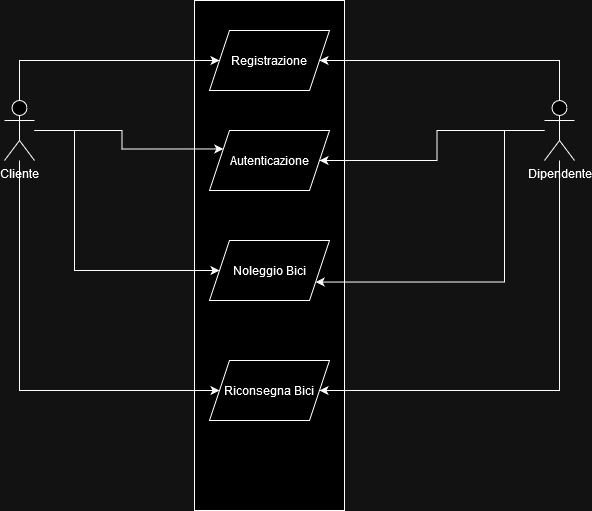
Earlier version of the draw.io export SOLUZIONE/useCase.png (brandovardi/simulazioneEsameDiStato). Source tidied: cells renumbered, new cells last; positions are measured from the earlier drawing's top-left corner, leaving out a move shared by most shapes.
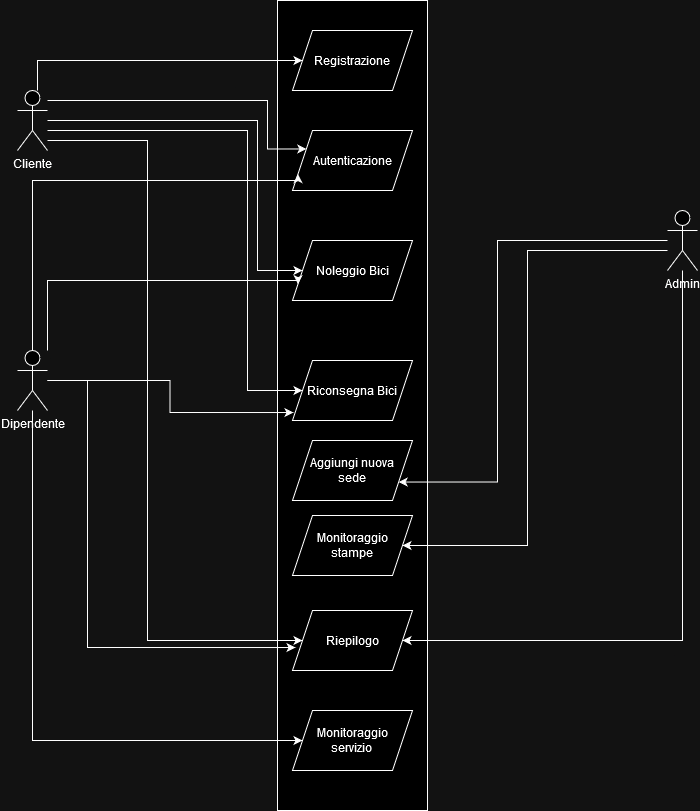
The same file after the commit.

Commit message:
modificato diagramma useCase, e modificato schema E/R

Change to the diagram source:
```diff
@@ -3,7 +3,7 @@
     <mxCell id="0" />
     <mxCell id="1" parent="0" />
     <mxCell id="2" style="rounded=0;whiteSpace=wrap;html=1;" parent="1" vertex="1">
-      <mxGeometry x="190" width="150" height="510" as="geometry" />
+      <mxGeometry x="190" width="150" height="810" as="geometry" />
     </mxCell>
     <mxCell id="3" value="Registrazione" style="shape=parallelogram;perimeter=parallelogramPerimeter;whiteSpace=wrap;html=1;fixedSize=1;" parent="1" vertex="1">
       <mxGeometry x="205" y="30" width="120" height="60" as="geometry" />
@@ -17,61 +17,122 @@
     <mxCell id="6" value="Riconsegna Bici" style="shape=parallelogram;perimeter=parallelogramPerimeter;whiteSpace=wrap;html=1;fixedSize=1;" parent="1" vertex="1">
       <mxGeometry x="205" y="360" width="120" height="60" as="geometry" />
     </mxCell>
-    <mxCell id="7" style="edgeStyle=orthogonalEdgeStyle;rounded=0;jettySize=auto;html=1;entryX=1;entryY=0.5;entryDx=0;entryDy=0;" parent="1" edge="1" source="11" target="3">
-      <mxGeometry relative="1" as="geometry">
-        <Array as="points">
-          <mxPoint x="555" y="60" />
-        </Array>
-      </mxGeometry>
-    </mxCell>
-    <mxCell id="8" style="edgeStyle=orthogonalEdgeStyle;rounded=0;jettySize=auto;html=1;entryX=1;entryY=0.5;entryDx=0;entryDy=0;" parent="1" edge="1" source="11" target="4">
-      <mxGeometry relative="1" as="geometry" />
+    <mxCell id="8" style="edgeStyle=orthogonalEdgeStyle;rounded=0;jettySize=auto;html=1;entryX=0;entryY=0.75;entryDx=0;entryDy=0;" parent="1" edge="1" source="11" target="4">
+      <mxGeometry relative="1" as="geometry">
+        <Array as="points">
+          <mxPoint x="-55" y="180" />
+          <mxPoint x="211" y="180" />
+        </Array>
+      </mxGeometry>
     </mxCell>
-    <mxCell id="9" style="edgeStyle=orthogonalEdgeStyle;rounded=0;jettySize=auto;html=1;entryX=1;entryY=0.75;entryDx=0;entryDy=0;" parent="1" edge="1" source="11" target="5">
+    <mxCell id="9" style="edgeStyle=orthogonalEdgeStyle;rounded=0;jettySize=auto;html=1;entryX=0;entryY=0.75;entryDx=0;entryDy=0;" parent="1" edge="1" source="11" target="5">
       <mxGeometry relative="1" as="geometry">
         <Array as="points">
-          <mxPoint x="500" y="130" />
-          <mxPoint x="500" y="282" />
+          <mxPoint x="-40" y="280" />
+          <mxPoint x="211" y="280" />
         </Array>
       </mxGeometry>
     </mxCell>
-    <mxCell id="10" style="edgeStyle=orthogonalEdgeStyle;rounded=0;jettySize=auto;html=1;entryX=1;entryY=0.5;entryDx=0;entryDy=0;" parent="1" edge="1" source="11" target="6">
-      <mxGeometry relative="1" as="geometry">
-        <Array as="points">
-          <mxPoint x="555" y="390" />
-        </Array>
-      </mxGeometry>
-    </mxCell>
+    <mxCell id="17" style="edgeStyle=orthogonalEdgeStyle;rounded=0;jettySize=auto;html=1;entryX=0;entryY=0.5;entryDx=0;entryDy=0;" parent="1" edge="1" source="11" target="27">
+      <mxGeometry relative="1" as="geometry">
+        <Array as="points">
+          <mxPoint x="-55" y="740" />
+        </Array>
+      </mxGeometry>
+    </mxCell>
     <mxCell id="11" value="Dipendente" style="shape=umlActor;verticalLabelPosition=bottom;verticalAlign=top;html=1;outlineConnect=0;" parent="1" vertex="1">
-      <mxGeometry x="540" y="100" width="30" height="60" as="geometry" />
+      <mxGeometry x="-70" y="350" width="30" height="60" as="geometry" />
     </mxCell>
     <mxCell id="12" style="edgeStyle=orthogonalEdgeStyle;rounded=0;jettySize=auto;html=1;entryX=0;entryY=0.5;entryDx=0;entryDy=0;" parent="1" edge="1" source="16" target="3">
       <mxGeometry relative="1" as="geometry">
         <Array as="points">
-          <mxPoint x="15" y="60" />
+          <mxPoint x="-50" y="60" />
         </Array>
       </mxGeometry>
     </mxCell>
     <mxCell id="13" style="edgeStyle=orthogonalEdgeStyle;rounded=0;jettySize=auto;html=1;entryX=0;entryY=0.25;entryDx=0;entryDy=0;" parent="1" edge="1" source="16" target="4">
-      <mxGeometry relative="1" as="geometry" />
+      <mxGeometry relative="1" as="geometry">
+        <Array as="points">
+          <mxPoint x="180" y="100" />
+          <mxPoint x="180" y="149" />
+        </Array>
+      </mxGeometry>
     </mxCell>
     <mxCell id="14" style="edgeStyle=orthogonalEdgeStyle;rounded=0;jettySize=auto;html=1;entryX=0;entryY=0.5;entryDx=0;entryDy=0;" parent="1" edge="1" source="16" target="5">
       <mxGeometry relative="1" as="geometry">
         <Array as="points">
-          <mxPoint x="70" y="130" />
-          <mxPoint x="70" y="270" />
+          <mxPoint x="170" y="120" />
+          <mxPoint x="170" y="270" />
         </Array>
       </mxGeometry>
     </mxCell>
     <mxCell id="15" style="edgeStyle=orthogonalEdgeStyle;rounded=0;jettySize=auto;html=1;entryX=0;entryY=0.5;entryDx=0;entryDy=0;" parent="1" edge="1" source="16" target="6">
       <mxGeometry relative="1" as="geometry">
         <Array as="points">
-          <mxPoint x="15" y="390" />
+          <mxPoint x="160" y="130" />
+          <mxPoint x="160" y="390" />
         </Array>
       </mxGeometry>
     </mxCell>
+    <mxCell id="18" style="edgeStyle=orthogonalEdgeStyle;rounded=0;jettySize=auto;html=1;entryX=0;entryY=0.5;entryDx=0;entryDy=0;" parent="1" edge="1" source="16" target="25">
+      <mxGeometry relative="1" as="geometry">
+        <Array as="points">
+          <mxPoint x="60" y="140" />
+          <mxPoint x="60" y="640" />
+        </Array>
+      </mxGeometry>
+    </mxCell>
     <mxCell id="16" value="&lt;div&gt;Cliente&lt;/div&gt;" style="shape=umlActor;verticalLabelPosition=bottom;verticalAlign=top;html=1;outlineConnect=0;" parent="1" vertex="1">
-      <mxGeometry y="100" width="30" height="60" as="geometry" />
+      <mxGeometry x="-70" y="90" width="30" height="60" as="geometry" />
     </mxCell>
+    <mxCell id="10" style="edgeStyle=orthogonalEdgeStyle;rounded=0;jettySize=auto;html=1;entryX=0.008;entryY=0.867;entryDx=0;entryDy=0;entryPerimeter=0;" parent="1" edge="1" source="11" target="6">
+      <mxGeometry relative="1" as="geometry" />
+    </mxCell>
+    <mxCell id="19" style="edgeStyle=orthogonalEdgeStyle;rounded=0;jettySize=auto;html=1;entryX=1;entryY=0.75;entryDx=0;entryDy=0;" parent="1" edge="1" source="22" target="23">
+      <mxGeometry relative="1" as="geometry">
+        <Array as="points">
+          <mxPoint x="410" y="240" />
+          <mxPoint x="410" y="482" />
+        </Array>
+      </mxGeometry>
+    </mxCell>
+    <mxCell id="20" style="edgeStyle=orthogonalEdgeStyle;rounded=0;jettySize=auto;html=1;entryX=1;entryY=0.5;entryDx=0;entryDy=0;" parent="1" edge="1" source="22" target="24">
+      <mxGeometry relative="1" as="geometry">
+        <Array as="points">
+          <mxPoint x="440" y="250" />
+          <mxPoint x="440" y="545" />
+        </Array>
+      </mxGeometry>
+    </mxCell>
+    <mxCell id="21" style="edgeStyle=orthogonalEdgeStyle;rounded=0;jettySize=auto;html=1;entryX=1;entryY=0.5;entryDx=0;entryDy=0;" parent="1" edge="1" source="22" target="25">
+      <mxGeometry relative="1" as="geometry">
+        <Array as="points">
+          <mxPoint x="595" y="640" />
+        </Array>
+      </mxGeometry>
+    </mxCell>
+    <mxCell id="22" value="&lt;div&gt;Admin&lt;/div&gt;" style="shape=umlActor;verticalLabelPosition=bottom;verticalAlign=top;html=1;outlineConnect=0;" parent="1" vertex="1">
+      <mxGeometry x="580" y="210" width="30" height="60" as="geometry" />
+    </mxCell>
+    <mxCell id="23" value="&lt;div&gt;Aggiungi nuova&lt;/div&gt;&lt;div&gt;sede&lt;br&gt;&lt;/div&gt;" style="shape=parallelogram;perimeter=parallelogramPerimeter;whiteSpace=wrap;html=1;fixedSize=1;" parent="1" vertex="1">
+      <mxGeometry x="205" y="440" width="120" height="60" as="geometry" />
+    </mxCell>
+    <mxCell id="24" value="&lt;div&gt;Monitoraggio&lt;/div&gt;&lt;div&gt;stampe&lt;br&gt;&lt;/div&gt;" style="shape=parallelogram;perimeter=parallelogramPerimeter;whiteSpace=wrap;html=1;fixedSize=1;" parent="1" vertex="1">
+      <mxGeometry x="205" y="515" width="120" height="60" as="geometry" />
+    </mxCell>
+    <mxCell id="25" value="Riepilogo" style="shape=parallelogram;perimeter=parallelogramPerimeter;whiteSpace=wrap;html=1;fixedSize=1;" parent="1" vertex="1">
+      <mxGeometry x="205" y="610" width="120" height="60" as="geometry" />
+    </mxCell>
+    <mxCell id="26" style="edgeStyle=orthogonalEdgeStyle;rounded=0;jettySize=auto;html=1;entryX=0.025;entryY=0.617;entryDx=0;entryDy=0;entryPerimeter=0;" parent="1" edge="1" source="11" target="25">
+      <mxGeometry relative="1" as="geometry">
+        <Array as="points">
+          <mxPoint y="380" />
+          <mxPoint y="647" />
+        </Array>
+      </mxGeometry>
+    </mxCell>
+    <mxCell id="27" value="&lt;div&gt;Monitoraggio&lt;/div&gt;&lt;div&gt;servizio&lt;br&gt;&lt;/div&gt;" style="shape=parallelogram;perimeter=parallelogramPerimeter;whiteSpace=wrap;html=1;fixedSize=1;" parent="1" vertex="1">
+      <mxGeometry x="205" y="710" width="120" height="60" as="geometry" />
+    </mxCell>
   </root>
 </mxGraphModel>
```
